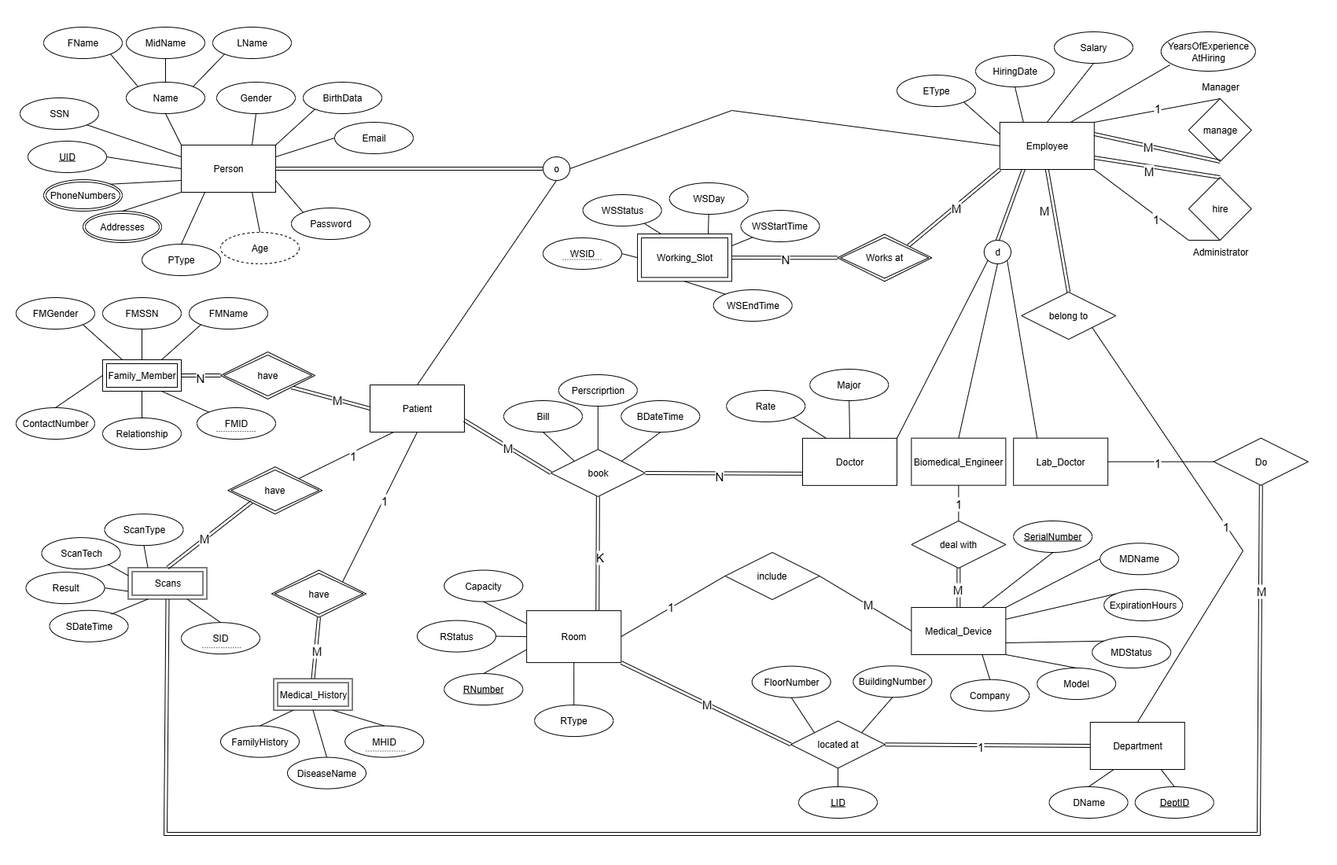
Before: deliverables/erd/CMS_ERD.png, a diagram exported from draw.io (MazenAtlam/clinical_management_system). Source tidied: cells renumbered, new cells last; positions are measured from the earlier drawing's top-left corner, leaving out a move shared by most shapes.
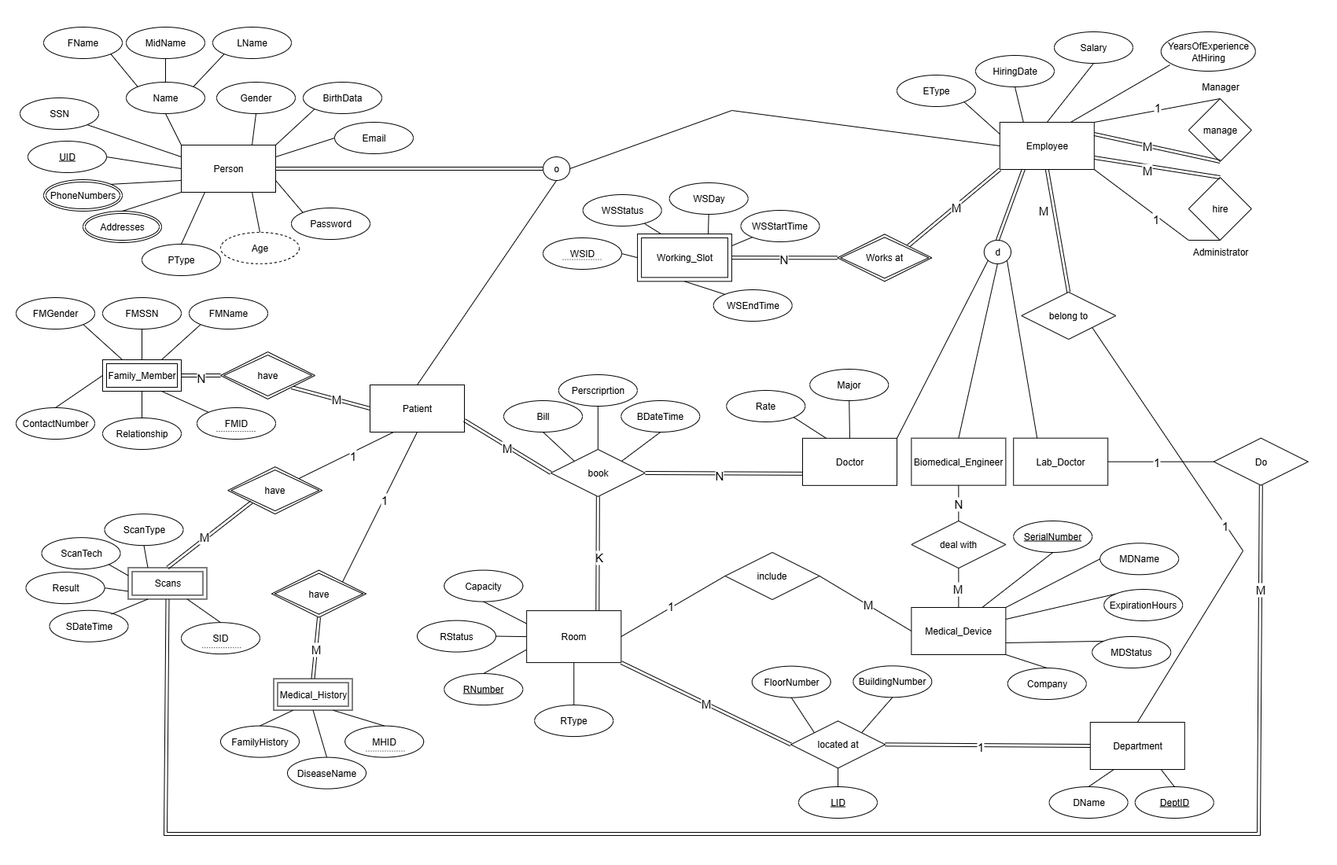
Later version of the same file.

What changed in the source:
```diff
@@ -135,18 +135,15 @@
     <mxCell id="40" style="endArrow=none;html=1;rounded=0;exitX=0.5;exitY=1;exitDx=0;exitDy=0;entryX=0.5;entryY=0;entryDx=0;entryDy=0;" parent="1" edge="1" source="7" target="39">
       <mxGeometry relative="1" as="geometry" />
     </mxCell>
-    <mxCell id="41" value="1" style="edgeLabel;html=1;align=center;verticalAlign=middle;fontSize=15;" parent="40" vertex="1">
+    <mxCell id="41" value="N" style="edgeLabel;html=1;align=center;verticalAlign=middle;fontSize=15;" parent="40" vertex="1">
       <mxGeometry y="-1" relative="1" as="geometry" />
     </mxCell>
-    <mxCell id="42" style="shape=link;html=1;rounded=0;exitX=0.5;exitY=0;exitDx=0;exitDy=0;entryX=0.5;entryY=1;entryDx=0;entryDy=0;" parent="1" edge="1" source="3" target="39">
+    <mxCell id="42" style="html=1;rounded=0;exitX=0.5;exitY=0;exitDx=0;exitDy=0;entryX=0.5;entryY=1;entryDx=0;entryDy=0;endArrow=none;endFill=0;" parent="1" edge="1" source="3" target="39">
       <mxGeometry relative="1" as="geometry" />
     </mxCell>
     <mxCell id="43" value="M" style="edgeLabel;html=1;align=center;verticalAlign=middle;fontSize=15;" parent="42" vertex="1">
       <mxGeometry x="0.01" y="2" relative="1" as="geometry" />
     </mxCell>
-    <mxCell id="44" value="Model" style="ellipse;whiteSpace=wrap;html=1;align=center;" parent="1" vertex="1">
-      <mxGeometry x="1298.2" y="815" width="100" height="40" as="geometry" />
-    </mxCell>
     <mxCell id="45" style="endArrow=none;html=1;rounded=0;entryX=0.5;entryY=1;entryDx=0;entryDy=0;exitX=0.25;exitY=0;exitDx=0;exitDy=0;" parent="1" edge="1" source="4" target="46">
       <mxGeometry relative="1" as="geometry" />
     </mxCell>
@@ -422,12 +419,9 @@
       <mxGeometry relative="1" as="geometry" />
     </mxCell>
     <mxCell id="135" value="Company" style="ellipse;whiteSpace=wrap;html=1;align=center;" parent="1" vertex="1">
-      <mxGeometry x="1188.2" y="829.7" width="100" height="40" as="geometry" />
+      <mxGeometry x="1260.8" y="815" width="100" height="40" as="geometry" />
     </mxCell>
-    <mxCell id="136" style="endArrow=none;html=1;rounded=0;exitX=0.5;exitY=0;exitDx=0;exitDy=0;entryX=1;entryY=1;entryDx=0;entryDy=0;" parent="1" edge="1" source="44" target="3">
-      <mxGeometry relative="1" as="geometry" />
-    </mxCell>
-    <mxCell id="137" style="endArrow=none;html=1;rounded=0;exitX=0.5;exitY=0;exitDx=0;exitDy=0;entryX=0.75;entryY=1;entryDx=0;entryDy=0;" parent="1" edge="1" source="135" target="3">
+    <mxCell id="137" style="endArrow=none;html=1;rounded=0;exitX=0.5;exitY=0;exitDx=0;exitDy=0;entryX=1;entryY=1;entryDx=0;entryDy=0;" parent="1" edge="1" source="135" target="3">
       <mxGeometry relative="1" as="geometry" />
     </mxCell>
     <mxCell id="138" value="Room" style="whiteSpace=wrap;html=1;align=center;" parent="1" vertex="1">
```
